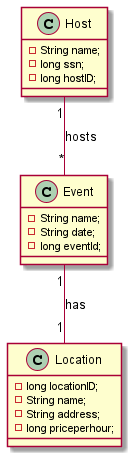
Above: asciidoc/images/cld.png in 2122-5ahitm-sew/01-microproject-sknogler (PlantUML), before the change.
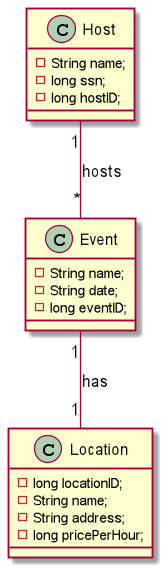
Above is the later version.

Commit message:
CLD relation changed

Change to the diagram source:
```diff
@@ -3,7 +3,7 @@
 class Event{
   - String name;
   - String date;
-  - long eventId;
+  - long eventID;
 }
 
 class Host{
@@ -16,7 +16,7 @@
   - long locationID;
   - String name;
   - String address;
-  - long priceperhour;
+  - long pricePerHour;
 }
 
 Host "1" -- "*" Event : hosts
```
